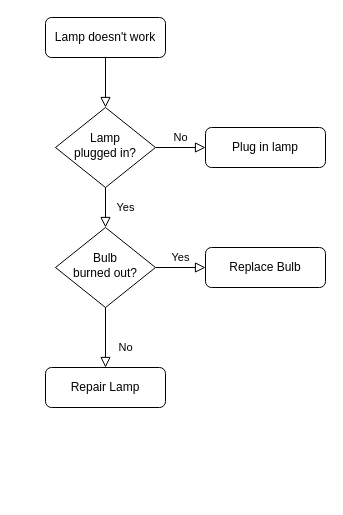
Earlier version of the draw.io diagram Диаграмма без названия.drawio (ynzny/shmelev-egor-algorithm). Source tidied: cells renumbered, new cells numbered last; positions are measured from the earlier drawing's top-left corner, leaving out a move shared by most shapes. Both pictures are drawn from the tidied source at 100%, with x=0, y=0 at pixel (45, 17).
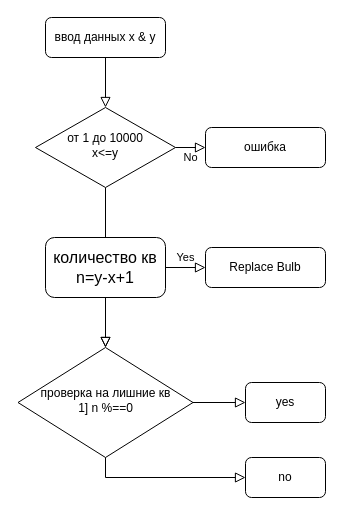
The same page after the edit.

Diff of the diagram source:
```diff
@@
 <mxGraphModel>
   <root>
     <mxCell id="0" />
     <mxCell id="1" parent="0" />
     <mxCell id="2" style="rounded=0;html=1;jettySize=auto;fontSize=11;endArrow=block;endFill=0;endSize=8;strokeWidth=1;shadow=0;labelBackgroundColor=none;edgeStyle=orthogonalEdgeStyle;" parent="1" edge="1" source="3" target="6">
       <mxGeometry relative="1" as="geometry" />
     </mxCell>
-    <mxCell id="3" value="Lamp doesn't work" style="rounded=1;whiteSpace=wrap;html=1;fontSize=12;glass=0;strokeWidth=1;shadow=0;" parent="1" vertex="1">
+    <mxCell id="3" value="ввод данных x &amp;amp; y" style="rounded=1;whiteSpace=wrap;html=1;fontSize=12;glass=0;strokeWidth=1;shadow=0;" parent="1" vertex="1">
       <mxGeometry width="120" height="40" as="geometry" />
     </mxCell>
-    <mxCell id="4" value="Yes" style="rounded=0;html=1;jettySize=auto;fontSize=11;endArrow=block;endFill=0;endSize=8;strokeWidth=1;shadow=0;labelBackgroundColor=none;edgeStyle=orthogonalEdgeStyle;" parent="1" edge="1" source="6" target="10">
-      <mxGeometry y="20" relative="1" as="geometry" />
+    <mxCell id="4" style="rounded=0;html=1;jettySize=auto;fontSize=11;endArrow=block;endFill=0;endSize=8;strokeWidth=1;shadow=0;labelBackgroundColor=none;edgeStyle=orthogonalEdgeStyle;" parent="1" edge="1" source="6">
+      <mxGeometry y="20" relative="1" as="geometry">
+        <mxPoint x="60" y="330" as="targetPoint" />
+      </mxGeometry>
     </mxCell>
     <mxCell id="5" value="No" style="edgeStyle=orthogonalEdgeStyle;rounded=0;html=1;jettySize=auto;fontSize=11;endArrow=block;endFill=0;endSize=8;strokeWidth=1;shadow=0;labelBackgroundColor=none;" parent="1" edge="1" source="6" target="7">
       <mxGeometry y="10" relative="1" as="geometry" />
     </mxCell>
-    <mxCell id="6" value="Lamp&lt;br&gt;plugged in?" style="rhombus;whiteSpace=wrap;html=1;shadow=0;fontFamily=Helvetica;fontSize=12;align=center;strokeWidth=1;spacing=6;spacingTop=-4;" parent="1" vertex="1">
-      <mxGeometry x="10" y="90" width="100" height="80" as="geometry" />
+    <mxCell id="6" value="от 1 до 10000&lt;br&gt;x&amp;lt;=y" style="rhombus;whiteSpace=wrap;html=1;shadow=0;fontFamily=Helvetica;fontSize=12;align=center;strokeWidth=1;spacing=6;spacingTop=-4;" parent="1" vertex="1">
+      <mxGeometry x="-10" y="90" width="140" height="80" as="geometry" />
     </mxCell>
-    <mxCell id="7" value="Plug in lamp" style="rounded=1;whiteSpace=wrap;html=1;fontSize=12;glass=0;strokeWidth=1;shadow=0;" parent="1" vertex="1">
+    <mxCell id="7" value="ошибка" style="rounded=1;whiteSpace=wrap;html=1;fontSize=12;glass=0;strokeWidth=1;shadow=0;" parent="1" vertex="1">
       <mxGeometry x="160" y="110" width="120" height="40" as="geometry" />
     </mxCell>
-    <mxCell id="8" value="No" style="rounded=0;html=1;jettySize=auto;fontSize=11;endArrow=block;endFill=0;endSize=8;strokeWidth=1;shadow=0;labelBackgroundColor=none;edgeStyle=orthogonalEdgeStyle;" parent="1" edge="1" source="10" target="11">
+    <mxCell id="8" style="rounded=0;html=1;jettySize=auto;fontSize=11;endArrow=block;endFill=0;endSize=8;strokeWidth=1;shadow=0;labelBackgroundColor=none;edgeStyle=orthogonalEdgeStyle;entryX=0.5;entryY=0;entryDx=0;entryDy=0;" parent="1" edge="1" source="13" target="14">
       <mxGeometry x="0.33" y="20" relative="1" as="geometry" />
     </mxCell>
-    <mxCell id="9" value="Yes" style="edgeStyle=orthogonalEdgeStyle;rounded=0;html=1;jettySize=auto;fontSize=11;endArrow=block;endFill=0;endSize=8;strokeWidth=1;shadow=0;labelBackgroundColor=none;" parent="1" edge="1" source="10" target="12">
+    <mxCell id="9" value="Yes" style="edgeStyle=orthogonalEdgeStyle;rounded=0;html=1;jettySize=auto;fontSize=11;endArrow=block;endFill=0;endSize=8;strokeWidth=1;shadow=0;labelBackgroundColor=none;exitX=1;exitY=0.5;exitDx=0;exitDy=0;" parent="1" edge="1" source="13" target="12">
       <mxGeometry y="10" relative="1" as="geometry" />
     </mxCell>
-    <mxCell id="10" value="Bulb&lt;br&gt;burned out?" style="rhombus;whiteSpace=wrap;html=1;shadow=0;fontFamily=Helvetica;fontSize=12;align=center;strokeWidth=1;spacing=6;spacingTop=-4;" parent="1" vertex="1">
-      <mxGeometry x="10" y="210" width="100" height="80" as="geometry" />
-    </mxCell>
-    <mxCell id="11" value="Repair Lamp" style="rounded=1;whiteSpace=wrap;html=1;fontSize=12;glass=0;strokeWidth=1;shadow=0;" parent="1" vertex="1">
-      <mxGeometry y="350" width="120" height="40" as="geometry" />
+    <mxCell id="11" value="yes" style="rounded=1;whiteSpace=wrap;html=1;fontSize=12;glass=0;strokeWidth=1;shadow=0;" parent="1" vertex="1">
+      <mxGeometry x="200" y="365" width="80" height="40" as="geometry" />
     </mxCell>
     <mxCell id="12" value="Replace Bulb" style="rounded=1;whiteSpace=wrap;html=1;fontSize=12;glass=0;strokeWidth=1;shadow=0;" parent="1" vertex="1">
       <mxGeometry x="160" y="230" width="120" height="40" as="geometry" />
     </mxCell>
+    <mxCell id="13" value="количество кв&lt;br&gt;n=y-x+1" style="rounded=1;whiteSpace=wrap;html=1;fontSize=16;" parent="1" vertex="1">
+      <mxGeometry y="220" width="120" height="60" as="geometry" />
+    </mxCell>
+    <mxCell id="14" value="проверка на лишние кв&lt;br&gt;1] n %==0" style="rhombus;whiteSpace=wrap;html=1;shadow=0;fontFamily=Helvetica;fontSize=12;align=center;strokeWidth=1;spacing=6;spacingTop=-4;" parent="1" vertex="1">
+      <mxGeometry x="-27.5" y="330" width="175" height="110" as="geometry" />
+    </mxCell>
+    <mxCell id="15" style="rounded=0;html=1;jettySize=auto;fontSize=11;endArrow=block;endFill=0;endSize=8;strokeWidth=1;shadow=0;labelBackgroundColor=none;edgeStyle=orthogonalEdgeStyle;exitX=1;exitY=0.5;exitDx=0;exitDy=0;entryX=0;entryY=0.5;entryDx=0;entryDy=0;" parent="1" edge="1" source="14" target="11">
+      <mxGeometry relative="1" as="geometry" />
+    </mxCell>
+    <mxCell id="16" value="no" style="rounded=1;whiteSpace=wrap;html=1;fontSize=12;glass=0;strokeWidth=1;shadow=0;" parent="1" vertex="1">
+      <mxGeometry x="200" y="440" width="80" height="40" as="geometry" />
+    </mxCell>
+    <mxCell id="17" style="rounded=0;html=1;jettySize=auto;fontSize=11;endArrow=block;endFill=0;endSize=8;strokeWidth=1;shadow=0;labelBackgroundColor=none;edgeStyle=orthogonalEdgeStyle;entryX=0;entryY=0.5;entryDx=0;entryDy=0;exitX=0.5;exitY=1;exitDx=0;exitDy=0;" parent="1" edge="1" source="14" target="16">
+      <mxGeometry relative="1" as="geometry" />
+    </mxCell>
   </root>
 </mxGraphModel>
```
